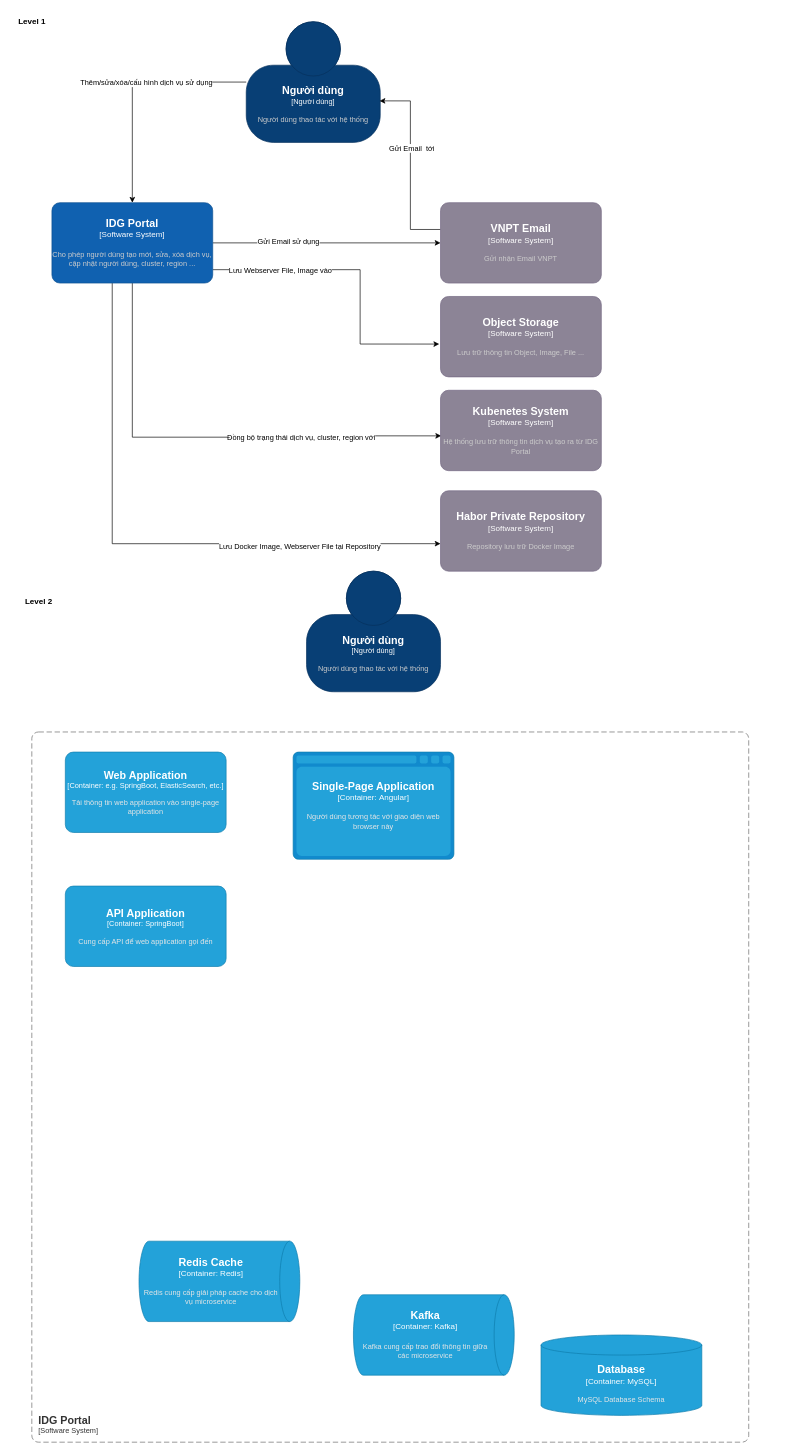
dangngocsoncntt/draw.io keeps this draw.io diagram as IDG-Portal.drawio. Above is the earlier version. Source tidied: cells renumbered, new cells numbered last; positions are measured from the earlier drawing's top-left corner, leaving out a move shared by most shapes. Both pictures are drawn from the tidied source at 67%, with x=0, y=0 at pixel (11, 11).
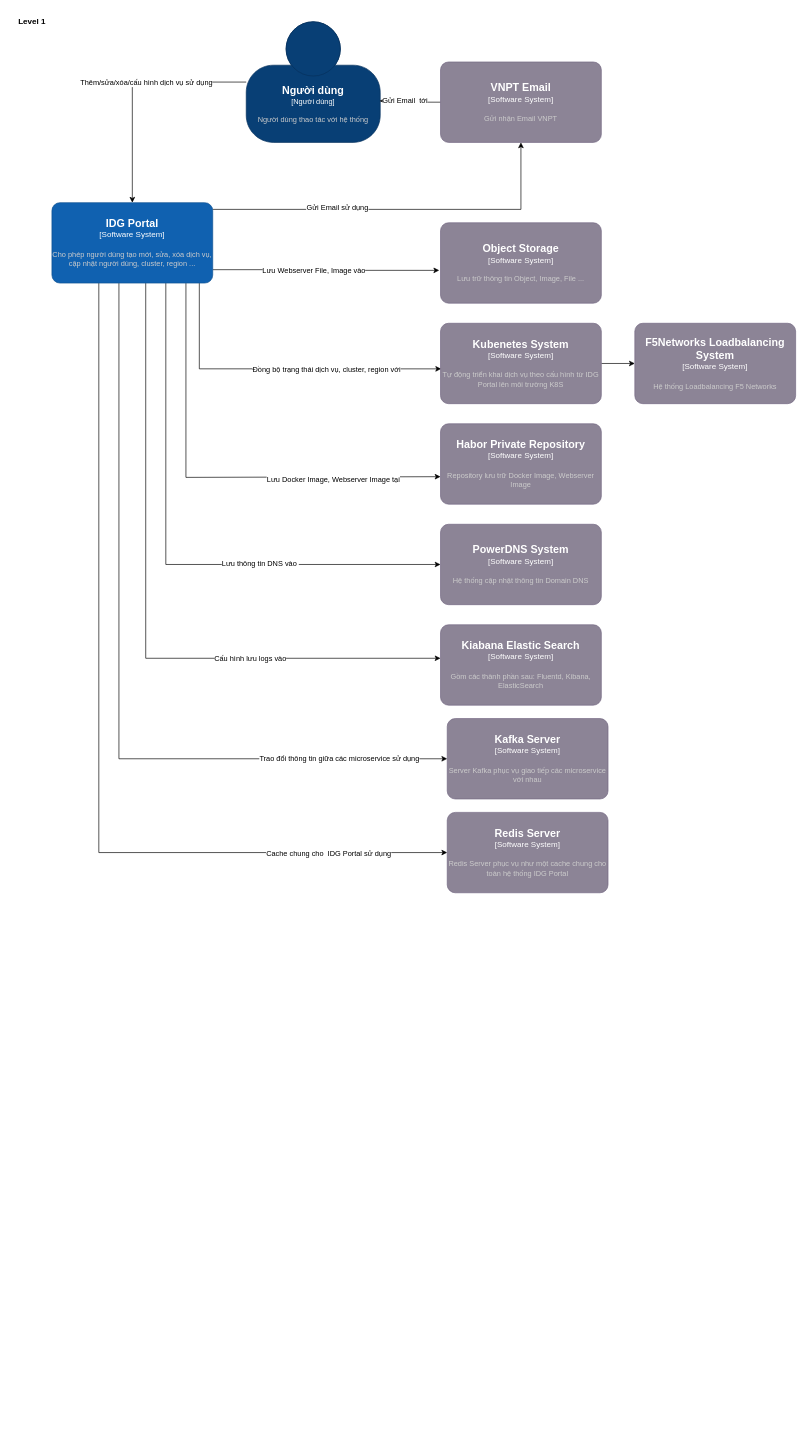
The same page after the edit.

Unchanged cells that the change refers to:
```xml
<object id="4" label="&lt;font style=&quot;font-size: 16px&quot;&gt;&lt;b&gt;%c4Name%&lt;/b&gt;&lt;/font&gt;&lt;div&gt;[%c4Type%]&lt;/div&gt;&lt;br&gt;&lt;div&gt;&lt;font style=&quot;font-size: 11px&quot;&gt;&lt;font color=&quot;#cccccc&quot;&gt;%c4Description%&lt;/font&gt;&lt;/div&gt;" c4Description="Người dùng thao tác với hệ thống" c4Name="Người dùng" c4Type="Người dùng" placeholders="1">
  <mxCell style="html=1;fontSize=11;dashed=0;whiteSpace=wrap;fillColor=#083F75;strokeColor=#06315C;fontColor=#ffffff;shape=mxgraph.c4.person2;align=center;points=[[0.5,0,0],[1,0.5,0],[1,0.75,0],[0.75,1,0],[0.5,1,0],[0.25,1,0],[0,0.75,0],[0,0.5,0]];" parent="1" vertex="1">
    <mxGeometry x="350" y="15" width="200" height="180" as="geometry" />
  </mxCell>
</object>
<object id="13" label="&lt;font style=&quot;font-size: 16px&quot;&gt;&lt;b&gt;%c4Name%&lt;/b&gt;&lt;/font&gt;&lt;div&gt;[%c4Type%]&lt;/div&gt;&lt;br&gt;&lt;div&gt;&lt;font style=&quot;font-size: 11px&quot;&gt;&lt;font color=&quot;#cccccc&quot;&gt;%c4Description%&lt;/font&gt;&lt;/div&gt;" c4Description="Cho phép người dùng tạo mới, sửa, xóa dịch vụ, cập nhật người dùng, cluster, region ..." c4Name="IDG Portal" c4Type="Software System" placeholders="1">
  <mxCell style="rounded=1;whiteSpace=wrap;html=1;labelBackgroundColor=none;fillColor=#1061B0;fontColor=#ffffff;align=center;arcSize=10;strokeColor=#0D5091;points=[[0.25,0,0],[0.5,0,0],[0.75,0,0],[1,0.25,0],[1,0.5,0],[1,0.75,0],[0.75,1,0],[0.5,1,0],[0.25,1,0],[0,0.75,0],[0,0.5,0],[0,0.25,0]];" parent="1" vertex="1">
    <mxGeometry x="60" y="285" width="240" height="120" as="geometry" />
  </mxCell>
</object>
```

The edit, as a diff of the source:
```diff
@@
     <mxCell id="5" style="edgeStyle=orthogonalEdgeStyle;rounded=0;jettySize=auto;html=1;" parent="1" edge="1" source="13" target="16">
-      <mxGeometry relative="1" as="geometry" />
+      <mxGeometry relative="1" as="geometry">
+        <Array as="points">
+          <mxPoint x="760" y="295" />
+        </Array>
+      </mxGeometry>
     </mxCell>
@@
     <mxCell id="7" style="edgeStyle=orthogonalEdgeStyle;rounded=0;jettySize=auto;html=1;entryX=-0.008;entryY=0.592;entryDx=0;entryDy=0;entryPerimeter=0;" parent="1" edge="1" source="13" target="17">
       <mxGeometry relative="1" as="geometry">
         <Array as="points">
           <mxPoint x="520" y="385" />
-          <mxPoint x="520" y="496" />
+          <mxPoint x="520" y="386" />
         </Array>
       </mxGeometry>
     </mxCell>
     <mxCell id="8" value="Lưu Webserver File, Image vào" style="edgeLabel;html=1;align=center;verticalAlign=middle;" parent="7" vertex="1">
       <mxGeometry x="-0.61" y="-1" relative="1" as="geometry">
-        <mxPoint x="12" as="offset" />
+        <mxPoint x="84" y="-1" as="offset" />
       </mxGeometry>
     </mxCell>
     <mxCell id="9" style="edgeStyle=orthogonalEdgeStyle;rounded=0;jettySize=auto;html=1;entryX=0.004;entryY=0.567;entryDx=0;entryDy=0;entryPerimeter=0;" parent="1" edge="1" source="13" target="18">
       <mxGeometry relative="1" as="geometry">
         <Array as="points">
-          <mxPoint x="180" y="635" />
-          <mxPoint x="511" y="635" />
+          <mxPoint x="280" y="533" />
         </Array>
       </mxGeometry>
     </mxCell>
@@
     <mxCell id="11" style="edgeStyle=orthogonalEdgeStyle;rounded=0;jettySize=auto;html=1;entryX=0;entryY=0.658;entryDx=0;entryDy=0;entryPerimeter=0;" parent="1" edge="1" source="13" target="19">
       <mxGeometry relative="1" as="geometry">
         <Array as="points">
-          <mxPoint x="150" y="794" />
+          <mxPoint x="260" y="695" />
         </Array>
       </mxGeometry>
     </mxCell>
-    <mxCell id="12" value="Lưu Docker Image, Webserver File tại Repository" style="edgeLabel;html=1;align=center;verticalAlign=middle;" parent="11" vertex="1">
+    <mxCell id="12" value="Lưu Docker Image, Webserver Image tại" style="edgeLabel;html=1;align=center;verticalAlign=middle;" parent="11" vertex="1">
       <mxGeometry x="0.52" y="-4" relative="1" as="geometry" />
     </mxCell>
+    <mxCell id="30" style="edgeStyle=orthogonalEdgeStyle;rounded=0;jettySize=auto;html=1;" parent="1" edge="1" source="13" target="40">
+      <mxGeometry relative="1" as="geometry">
+        <Array as="points">
+          <mxPoint x="230" y="825" />
+        </Array>
+      </mxGeometry>
+    </mxCell>
+    <mxCell id="31" value="Lưu thông tin DNS vào&amp;nbsp;" style="edgeLabel;html=1;align=center;verticalAlign=middle;" parent="30" vertex="1">
+      <mxGeometry x="0.35" y="2" relative="1" as="geometry" />
+    </mxCell>
+    <mxCell id="32" style="edgeStyle=orthogonalEdgeStyle;rounded=0;jettySize=auto;html=1;" parent="1" edge="1" source="13" target="41">
+      <mxGeometry relative="1" as="geometry">
+        <Array as="points">
+          <mxPoint x="200" y="965" />
+        </Array>
+      </mxGeometry>
+    </mxCell>
+    <mxCell id="33" value="Cấu hình lưu logs vào" style="edgeLabel;html=1;align=center;verticalAlign=middle;" parent="32" vertex="1">
+      <mxGeometry x="0.43" relative="1" as="geometry" />
+    </mxCell>
+    <mxCell id="34" style="edgeStyle=orthogonalEdgeStyle;rounded=0;jettySize=auto;html=1;" parent="1" edge="1" source="13" target="42">
+      <mxGeometry relative="1" as="geometry">
+        <Array as="points">
+          <mxPoint x="160" y="1115" />
+        </Array>
+      </mxGeometry>
+    </mxCell>
+    <mxCell id="35" value="Trao đổi thông tin giữa các microservice sử dụng" style="edgeLabel;html=1;align=center;verticalAlign=middle;" parent="34" vertex="1">
+      <mxGeometry x="0.73" y="1" relative="1" as="geometry" />
+    </mxCell>
+    <mxCell id="36" style="edgeStyle=orthogonalEdgeStyle;rounded=0;jettySize=auto;html=1;" parent="1" edge="1" source="13" target="43">
+      <mxGeometry relative="1" as="geometry">
+        <Array as="points">
+          <mxPoint x="130" y="1255" />
+        </Array>
+      </mxGeometry>
+    </mxCell>
+    <mxCell id="37" value="Cache chung cho&amp;nbsp; IDG Portal sử dụng" style="edgeLabel;html=1;align=center;verticalAlign=middle;" parent="36" vertex="1">
+      <mxGeometry x="0.74" y="-1" relative="1" as="geometry" />
+    </mxCell>
@@
     <mxCell id="14" style="edgeStyle=orthogonalEdgeStyle;rounded=0;jettySize=auto;html=1;entryX=0.995;entryY=0.656;entryDx=0;entryDy=0;entryPerimeter=0;" parent="1" edge="1" source="16" target="4">
       <mxGeometry relative="1" as="geometry">
         <Array as="points">
-          <mxPoint x="595" y="325" />
+          <mxPoint x="595" y="135" />
           <mxPoint x="595" y="133" />
         </Array>
       </mxGeometry>
     </mxCell>
@@
     <object id="16" label="&lt;font style=&quot;font-size: 16px&quot;&gt;&lt;b&gt;%c4Name%&lt;/b&gt;&lt;/font&gt;&lt;div&gt;[%c4Type%]&lt;/div&gt;&lt;br&gt;&lt;div&gt;&lt;font style=&quot;font-size: 11px&quot;&gt;&lt;font color=&quot;#cccccc&quot;&gt;%c4Description%&lt;/font&gt;&lt;/div&gt;" c4Description="Gửi nhận Email VNPT" c4Name="VNPT Email" c4Type="Software System" placeholders="1">
       <mxCell style="rounded=1;whiteSpace=wrap;html=1;labelBackgroundColor=none;fillColor=#8C8496;fontColor=#ffffff;align=center;arcSize=10;strokeColor=#736782;points=[[0.25,0,0],[0.5,0,0],[0.75,0,0],[1,0.25,0],[1,0.5,0],[1,0.75,0],[0.75,1,0],[0.5,1,0],[0.25,1,0],[0,0.75,0],[0,0.5,0],[0,0.25,0]];" parent="1" vertex="1">
-        <mxGeometry x="640" y="285" width="240" height="120" as="geometry" />
+        <mxGeometry x="640" y="75" width="240" height="120" as="geometry" />
       </mxCell>
     </object>
     <object id="17" label="&lt;font style=&quot;font-size: 16px&quot;&gt;&lt;b&gt;%c4Name%&lt;/b&gt;&lt;/font&gt;&lt;div&gt;[%c4Type%]&lt;/div&gt;&lt;br&gt;&lt;div&gt;&lt;font style=&quot;font-size: 11px&quot;&gt;&lt;font color=&quot;#cccccc&quot;&gt;%c4Description%&lt;/font&gt;&lt;/div&gt;" c4Description="Lưu trữ thông tin Object, Image, File ..." c4Name="Object Storage" c4Type="Software System" placeholders="1">
       <mxCell style="rounded=1;whiteSpace=wrap;html=1;labelBackgroundColor=none;fillColor=#8C8496;fontColor=#ffffff;align=center;arcSize=10;strokeColor=#736782;points=[[0.25,0,0],[0.5,0,0],[0.75,0,0],[1,0.25,0],[1,0.5,0],[1,0.75,0],[0.75,1,0],[0.5,1,0],[0.25,1,0],[0,0.75,0],[0,0.5,0],[0,0.25,0]];" parent="1" vertex="1">
-        <mxGeometry x="640" y="425" width="240" height="120" as="geometry" />
+        <mxGeometry x="640" y="315" width="240" height="120" as="geometry" />
       </mxCell>
     </object>
+    <mxCell id="38" style="edgeStyle=orthogonalEdgeStyle;rounded=0;jettySize=auto;html=1;" parent="1" edge="1" source="18" target="39">
+      <mxGeometry relative="1" as="geometry" />
+    </mxCell>
-    <object id="18" label="&lt;font style=&quot;font-size: 16px&quot;&gt;&lt;b&gt;%c4Name%&lt;/b&gt;&lt;/font&gt;&lt;div&gt;[%c4Type%]&lt;/div&gt;&lt;br&gt;&lt;div&gt;&lt;font style=&quot;font-size: 11px&quot;&gt;&lt;font color=&quot;#cccccc&quot;&gt;%c4Description%&lt;/font&gt;&lt;/div&gt;" c4Description="Hệ thống lưu trữ thông tin dịch vụ tạo ra từ IDG Portal" c4Name="Kubenetes System" c4Type="Software System" placeholders="1">
+    <object id="18" label="&lt;font style=&quot;font-size: 16px&quot;&gt;&lt;b&gt;%c4Name%&lt;/b&gt;&lt;/font&gt;&lt;div&gt;[%c4Type%]&lt;/div&gt;&lt;br&gt;&lt;div&gt;&lt;font style=&quot;font-size: 11px&quot;&gt;&lt;font color=&quot;#cccccc&quot;&gt;%c4Description%&lt;/font&gt;&lt;/div&gt;" c4Description="Tự động triển khai dịch vụ theo cấu hình từ IDG Portal lên môi trường K8S" c4Name="Kubenetes System" c4Type="Software System" placeholders="1">
       <mxCell style="rounded=1;whiteSpace=wrap;html=1;labelBackgroundColor=none;fillColor=#8C8496;fontColor=#ffffff;align=center;arcSize=10;strokeColor=#736782;points=[[0.25,0,0],[0.5,0,0],[0.75,0,0],[1,0.25,0],[1,0.5,0],[1,0.75,0],[0.75,1,0],[0.5,1,0],[0.25,1,0],[0,0.75,0],[0,0.5,0],[0,0.25,0]];" parent="1" vertex="1">
-        <mxGeometry x="640" y="565" width="240" height="120" as="geometry" />
+        <mxGeometry x="640" y="465" width="240" height="120" as="geometry" />
       </mxCell>
     </object>
-    <object id="19" label="&lt;font style=&quot;font-size: 16px&quot;&gt;&lt;b&gt;%c4Name%&lt;/b&gt;&lt;/font&gt;&lt;div&gt;[%c4Type%]&lt;/div&gt;&lt;br&gt;&lt;div&gt;&lt;font style=&quot;font-size: 11px&quot;&gt;&lt;font color=&quot;#cccccc&quot;&gt;%c4Description%&lt;/font&gt;&lt;/div&gt;" c4Description="Repository lưu trữ Docker Image" c4Name="Habor Private Repository" c4Type="Software System" placeholders="1">
+    <object id="19" label="&lt;font style=&quot;font-size: 16px&quot;&gt;&lt;b&gt;%c4Name%&lt;/b&gt;&lt;/font&gt;&lt;div&gt;[%c4Type%]&lt;/div&gt;&lt;br&gt;&lt;div&gt;&lt;font style=&quot;font-size: 11px&quot;&gt;&lt;font color=&quot;#cccccc&quot;&gt;%c4Description%&lt;/font&gt;&lt;/div&gt;" c4Description="Repository lưu trữ Docker Image, Webserver Image" c4Name="Habor Private Repository" c4Type="Software System" placeholders="1">
       <mxCell style="rounded=1;whiteSpace=wrap;html=1;labelBackgroundColor=none;fillColor=#8C8496;fontColor=#ffffff;align=center;arcSize=10;strokeColor=#736782;points=[[0.25,0,0],[0.5,0,0],[0.75,0,0],[1,0.25,0],[1,0.5,0],[1,0.75,0],[0.75,1,0],[0.5,1,0],[0.25,1,0],[0,0.75,0],[0,0.5,0],[0,0.25,0]];" parent="1" vertex="1">
-        <mxGeometry x="640" y="715" width="240" height="120" as="geometry" />
+        <mxGeometry x="640" y="615" width="240" height="120" as="geometry" />
       </mxCell>
     </object>
@@
-    <mxCell id="21" value="Level 2" style="text;html=1;align=center;verticalAlign=middle;strokeColor=none;fillColor=none;fontStyle=1;" parent="1" vertex="1">
-      <mxGeometry x="10" y="865" width="60" height="30" as="geometry" />
-    </mxCell>
-    <object id="22" label="&lt;font style=&quot;font-size: 16px&quot;&gt;&lt;b&gt;&lt;div style=&quot;text-align: left&quot;&gt;%c4Name%&lt;/div&gt;&lt;/b&gt;&lt;/font&gt;&lt;div style=&quot;text-align: left&quot;&gt;[%c4Application%]&lt;/div&gt;" c4Application="Software System" c4Name="IDG Portal" placeholders="1">
-      <mxCell style="rounded=1;fontSize=11;whiteSpace=wrap;html=1;dashed=1;arcSize=20;fillColor=none;strokeColor=#666666;fontColor=#333333;labelBackgroundColor=none;align=left;verticalAlign=bottom;labelBorderColor=none;spacingTop=0;spacing=10;dashPattern=8 4;perimeter=rectanglePerimeter;noLabel=0;labelPadding=0;absoluteArcSize=1;" parent="1" vertex="1">
-        <mxGeometry x="30" y="1075" width="1070" height="1060" as="geometry" />
-      </mxCell>
-    </object>
-    <object id="23" label="&lt;font style=&quot;font-size: 16px&quot;&gt;&lt;b&gt;%c4Type%&lt;/b&gt;&lt;/font&gt;&lt;div&gt;[%c4Container%:&amp;nbsp;%c4Technology%]&lt;/div&gt;&lt;br&gt;&lt;div&gt;&lt;font style=&quot;font-size: 11px&quot;&gt;&lt;font color=&quot;#E6E6E6&quot;&gt;%c4Description%&lt;/font&gt;&lt;/div&gt;" c4Container="Container" c4Description="MySQL Database Schema" c4Technology="MySQL" c4Type="Database" placeholders="1">
-      <mxCell style="shape=cylinder3;size=15;whiteSpace=wrap;html=1;boundedLbl=1;rounded=0;labelBackgroundColor=none;fillColor=#23A2D9;fontSize=12;fontColor=#ffffff;align=center;strokeColor=#0E7DAD;" parent="1" vertex="1">
-        <mxGeometry x="790" y="1975" width="240" height="120" as="geometry" />
-      </mxCell>
-    </object>
-    <object id="24" label="&lt;font style=&quot;font-size: 16px&quot;&gt;&lt;b&gt;%c4Type%&lt;/b&gt;&lt;/font&gt;&lt;div&gt;[%c4Container%:&amp;nbsp;%c4Technology%]&lt;/div&gt;&lt;br&gt;&lt;div&gt;&lt;font style=&quot;font-size: 11px&quot;&gt;&lt;font color=&quot;#E6E6E6&quot;&gt;%c4Description%&lt;/font&gt;&lt;/div&gt;" c4Container="Container" c4Description="Người dùng tương tác với giao diện web browser này" c4Technology="Angular" c4Type="Single-Page Application" placeholders="1">
-      <mxCell style="shape=mxgraph.c4.webBrowserContainer2;whiteSpace=wrap;html=1;boundedLbl=1;rounded=0;labelBackgroundColor=none;strokeColor=#118ACD;fillColor=#23A2D9;strokeColor=#118ACD;strokeColor2=#0E7DAD;fontSize=12;fontColor=#ffffff;align=center;" parent="1" vertex="1">
-        <mxGeometry x="420" y="1105" width="240" height="160" as="geometry" />
-      </mxCell>
-    </object>
-    <object id="25" label="&lt;font style=&quot;font-size: 16px&quot;&gt;&lt;b&gt;%c4Name%&lt;/b&gt;&lt;/font&gt;&lt;div&gt;[%c4Type%: %c4Technology%]&lt;/div&gt;&lt;br&gt;&lt;div&gt;&lt;font style=&quot;font-size: 11px&quot;&gt;&lt;font color=&quot;#E6E6E6&quot;&gt;%c4Description%&lt;/font&gt;&lt;/div&gt;" c4Description="Tải thông tin web application vào single-page application" c4Name="Web Application" c4Technology="e.g. SpringBoot, ElasticSearch, etc." c4Type="Container" placeholders="1">
-      <mxCell style="rounded=1;whiteSpace=wrap;html=1;fontSize=11;labelBackgroundColor=none;fillColor=#23A2D9;fontColor=#ffffff;align=center;arcSize=10;strokeColor=#0E7DAD;" parent="1" vertex="1">
-        <mxGeometry x="80" y="1105" width="240" height="120" as="geometry" />
-      </mxCell>
-    </object>
-    <object id="26" label="&lt;font style=&quot;font-size: 16px&quot;&gt;&lt;b&gt;%c4Name%&lt;/b&gt;&lt;/font&gt;&lt;div&gt;[%c4Type%: %c4Technology%]&lt;/div&gt;&lt;br&gt;&lt;div&gt;&lt;font style=&quot;font-size: 11px&quot;&gt;&lt;font color=&quot;#E6E6E6&quot;&gt;%c4Description%&lt;/font&gt;&lt;/div&gt;" c4Description="Cung cấp API để web application gọi đến " c4Name="API Application" c4Technology="SpringBoot" c4Type="Container" placeholders="1">
-      <mxCell style="rounded=1;whiteSpace=wrap;html=1;fontSize=11;labelBackgroundColor=none;fillColor=#23A2D9;fontColor=#ffffff;align=center;arcSize=10;strokeColor=#0E7DAD;" parent="1" vertex="1">
-        <mxGeometry x="80" y="1305" width="240" height="120" as="geometry" />
-      </mxCell>
-    </object>
-    <object id="27" label="&lt;font style=&quot;font-size: 16px&quot;&gt;&lt;b&gt;%c4Type%&lt;/b&gt;&lt;/font&gt;&lt;div&gt;[%c4Container%:&amp;nbsp;%c4Technology%]&lt;/div&gt;&lt;br&gt;&lt;div&gt;&lt;font style=&quot;font-size: 11px&quot;&gt;&lt;font color=&quot;#E6E6E6&quot;&gt;%c4Description%&lt;/font&gt;&lt;/div&gt;" c4Container="Container" c4Description="Kafka cung cấp trao đổi thông tin giữa các microservice" c4Technology="Kafka" c4Type="Kafka" placeholders="1">
-      <mxCell style="shape=cylinder3;size=15;direction=south;whiteSpace=wrap;html=1;boundedLbl=1;rounded=0;labelBackgroundColor=none;fillColor=#23A2D9;fontSize=12;fontColor=#ffffff;align=center;strokeColor=#0E7DAD;" parent="1" vertex="1">
-        <mxGeometry x="510" y="1915" width="240" height="120" as="geometry" />
-      </mxCell>
-    </object>
-    <object id="28" label="&lt;font style=&quot;font-size: 16px&quot;&gt;&lt;b&gt;%c4Type%&lt;/b&gt;&lt;/font&gt;&lt;div&gt;[%c4Container%:&amp;nbsp;%c4Technology%]&lt;/div&gt;&lt;br&gt;&lt;div&gt;&lt;font style=&quot;font-size: 11px&quot;&gt;&lt;font color=&quot;#E6E6E6&quot;&gt;%c4Description%&lt;/font&gt;&lt;/div&gt;" c4Container="Container" c4Description="Redis cung cấp giải pháp cache cho dịch vụ microservice" c4Technology="Redis" c4Type="Redis Cache" placeholders="1">
-      <mxCell style="shape=cylinder3;size=15;direction=south;whiteSpace=wrap;html=1;boundedLbl=1;rounded=0;labelBackgroundColor=none;fillColor=#23A2D9;fontSize=12;fontColor=#ffffff;align=center;strokeColor=#0E7DAD;" parent="1" vertex="1">
-        <mxGeometry x="190" y="1835" width="240" height="120" as="geometry" />
-      </mxCell>
-    </object>
-    <object id="29" label="&lt;font style=&quot;font-size: 16px&quot;&gt;&lt;b&gt;%c4Name%&lt;/b&gt;&lt;/font&gt;&lt;div&gt;[%c4Type%]&lt;/div&gt;&lt;br&gt;&lt;div&gt;&lt;font style=&quot;font-size: 11px&quot;&gt;&lt;font color=&quot;#cccccc&quot;&gt;%c4Description%&lt;/font&gt;&lt;/div&gt;" c4Description="Người dùng thao tác với hệ thống" c4Name="Người dùng" c4Type="Người dùng" placeholders="1">
-      <mxCell style="html=1;fontSize=11;dashed=0;whiteSpace=wrap;fillColor=#083F75;strokeColor=#06315C;fontColor=#ffffff;shape=mxgraph.c4.person2;align=center;" parent="1" vertex="1">
-        <mxGeometry x="440" y="835" width="200" height="180" as="geometry" />
-      </mxCell>
-    </object>
+    <object id="39" label="&lt;font style=&quot;font-size: 16px&quot;&gt;&lt;b&gt;%c4Name%&lt;/b&gt;&lt;/font&gt;&lt;div&gt;[%c4Type%]&lt;/div&gt;&lt;br&gt;&lt;div&gt;&lt;font style=&quot;font-size: 11px&quot;&gt;&lt;font color=&quot;#cccccc&quot;&gt;%c4Description%&lt;/font&gt;&lt;/div&gt;" c4Description="Hệ thống Loadbalancing F5 Networks" c4Name="F5Networks Loadbalancing System" c4Type="Software System" placeholders="1">
+      <mxCell style="rounded=1;whiteSpace=wrap;html=1;labelBackgroundColor=none;fillColor=#8C8496;fontColor=#ffffff;align=center;arcSize=10;strokeColor=#736782;points=[[0.25,0,0],[0.5,0,0],[0.75,0,0],[1,0.25,0],[1,0.5,0],[1,0.75,0],[0.75,1,0],[0.5,1,0],[0.25,1,0],[0,0.75,0],[0,0.5,0],[0,0.25,0]];" parent="1" vertex="1">
+        <mxGeometry x="930" y="465" width="240" height="120" as="geometry" />
+      </mxCell>
+    </object>
+    <object id="40" label="&lt;font style=&quot;font-size: 16px&quot;&gt;&lt;b&gt;%c4Name%&lt;/b&gt;&lt;/font&gt;&lt;div&gt;[%c4Type%]&lt;/div&gt;&lt;br&gt;&lt;div&gt;&lt;font style=&quot;font-size: 11px&quot;&gt;&lt;font color=&quot;#cccccc&quot;&gt;%c4Description%&lt;/font&gt;&lt;/div&gt;" c4Description="Hệ thống cập nhật thông tin Domain DNS" c4Name="PowerDNS System" c4Type="Software System" placeholders="1">
+      <mxCell style="rounded=1;whiteSpace=wrap;html=1;labelBackgroundColor=none;fillColor=#8C8496;fontColor=#ffffff;align=center;arcSize=10;strokeColor=#736782;points=[[0.25,0,0],[0.5,0,0],[0.75,0,0],[1,0.25,0],[1,0.5,0],[1,0.75,0],[0.75,1,0],[0.5,1,0],[0.25,1,0],[0,0.75,0],[0,0.5,0],[0,0.25,0]];" parent="1" vertex="1">
+        <mxGeometry x="640" y="765" width="240" height="120" as="geometry" />
+      </mxCell>
+    </object>
+    <object id="41" label="&lt;font style=&quot;font-size: 16px&quot;&gt;&lt;b&gt;%c4Name%&lt;/b&gt;&lt;/font&gt;&lt;div&gt;[%c4Type%]&lt;/div&gt;&lt;br&gt;&lt;div&gt;&lt;font style=&quot;font-size: 11px&quot;&gt;&lt;font color=&quot;#cccccc&quot;&gt;%c4Description%&lt;/font&gt;&lt;/div&gt;" c4Description="Gồm các thành phần sau: Fluentd, Kibana, ElasticSearch" c4Name="Kiabana Elastic Search" c4Type="Software System" placeholders="1">
+      <mxCell style="rounded=1;whiteSpace=wrap;html=1;labelBackgroundColor=none;fillColor=#8C8496;fontColor=#ffffff;align=center;arcSize=10;strokeColor=#736782;points=[[0.25,0,0],[0.5,0,0],[0.75,0,0],[1,0.25,0],[1,0.5,0],[1,0.75,0],[0.75,1,0],[0.5,1,0],[0.25,1,0],[0,0.75,0],[0,0.5,0],[0,0.25,0]];" parent="1" vertex="1">
+        <mxGeometry x="640" y="915" width="240" height="120" as="geometry" />
+      </mxCell>
+    </object>
+    <object id="42" label="&lt;font style=&quot;font-size: 16px&quot;&gt;&lt;b&gt;%c4Name%&lt;/b&gt;&lt;/font&gt;&lt;div&gt;[%c4Type%]&lt;/div&gt;&lt;br&gt;&lt;div&gt;&lt;font style=&quot;font-size: 11px&quot;&gt;&lt;font color=&quot;#cccccc&quot;&gt;%c4Description%&lt;/font&gt;&lt;/div&gt;" c4Description="Server Kafka phục vụ giao tiếp các microservice với nhau" c4Name="Kafka Server" c4Type="Software System" placeholders="1">
+      <mxCell style="rounded=1;whiteSpace=wrap;html=1;labelBackgroundColor=none;fillColor=#8C8496;fontColor=#ffffff;align=center;arcSize=10;strokeColor=#736782;points=[[0.25,0,0],[0.5,0,0],[0.75,0,0],[1,0.25,0],[1,0.5,0],[1,0.75,0],[0.75,1,0],[0.5,1,0],[0.25,1,0],[0,0.75,0],[0,0.5,0],[0,0.25,0]];" parent="1" vertex="1">
+        <mxGeometry x="650" y="1055" width="240" height="120" as="geometry" />
+      </mxCell>
+    </object>
+    <object id="43" label="&lt;font style=&quot;font-size: 16px&quot;&gt;&lt;b&gt;%c4Name%&lt;/b&gt;&lt;/font&gt;&lt;div&gt;[%c4Type%]&lt;/div&gt;&lt;br&gt;&lt;div&gt;&lt;font style=&quot;font-size: 11px&quot;&gt;&lt;font color=&quot;#cccccc&quot;&gt;%c4Description%&lt;/font&gt;&lt;/div&gt;" c4Description="Redis Server phục vụ như một cache chung cho toàn hệ thống IDG Portal" c4Name="Redis Server" c4Type="Software System" placeholders="1">
+      <mxCell style="rounded=1;whiteSpace=wrap;html=1;labelBackgroundColor=none;fillColor=#8C8496;fontColor=#ffffff;align=center;arcSize=10;strokeColor=#736782;points=[[0.25,0,0],[0.5,0,0],[0.75,0,0],[1,0.25,0],[1,0.5,0],[1,0.75,0],[0.75,1,0],[0.5,1,0],[0.25,1,0],[0,0.75,0],[0,0.5,0],[0,0.25,0]];" parent="1" vertex="1">
+        <mxGeometry x="650" y="1195" width="240" height="120" as="geometry" />
+      </mxCell>
+    </object>
```
